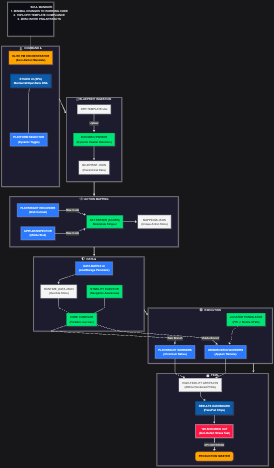
This is architecture_orchestration.png from sckirl/AutoTest, a Mermaid export, as it was before one commit. Its source is kept beside it as architecture_orchestration.mmd.
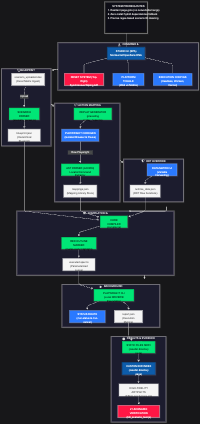
Above is the later version.

What changed in the source:
```diff
@@ -8,17 +8,21 @@
     classDef engine fill:#00E676,stroke:#000,stroke-width:1px,color:#000;
 
     subgraph Control_Plane ["fa:fa-user-tie COMMAND & CONTROL"]
-        PM["ELITE PM ORCHESTRATOR<br/>(Zero-Defect Mandate)"]:::pm
         UI_SPA["STUDIO UI (SPA)<br/>Montserrat/OpenSans DNA"]:::supervisor
-        SELECTOR["PLATFORM SELECTOR<br/>(Dynamic Toggle)"]:::dev
-        UI_SPA --- SELECTOR
+        RESET_SYS["RESET SYSTEM (Top-Right)<br/>Synchronous Wiping API"]:::qa
+        PLATFORM["PLATFORM TOGGLE<br/>(Web vs Mobile)"]:::dev
+        EXEC_OPTS["EXECUTION CONFIGS<br/>(Headless, Workers, Cancel)"]:::dev
+
+        UI_SPA --- RESET_SYS
+        UI_SPA --- PLATFORM
+        UI_SPA --- EXEC_OPTS
     end
 
     subgraph Ingestion_Layer ["fa:fa-file-excel BLUEPRINT INGESTION"]
         direction TB
-        EXCEL["DPR TEMPLATE.xlsx"]:::data
-        PARSER["SCENARIO PARSER<br/>(Dynamic Header Detection)"]:::engine
-        BLUEPRINT["BLUEPRINT JSON<br/>(Hierarchical Data)"]:::data
+        EXCEL["scenario_uploaded.xlsx<br/>(Excel Matrix Ingest)"]:::data
+        PARSER["SCENARIO PARSER<br/>(scenario_parser.js)"]:::engine
+        BLUEPRINT["blueprint.json<br/>(Hierarchical Blueprint)"]:::data
 
         EXCEL -->|"Upload"| PARSER
         PARSER --> BLUEPRINT
@@ -26,52 +30,65 @@
 
     subgraph Mapping_Core ["fa:fa-code ACTION MAPPING ENGINE"]
         direction LR
-        REC_WEB["PLAYWRIGHT RECORDER<br/>(Web Context)"]:::dev
-        REC_MOB["APPIUM INSPECTOR<br/>(Mobile Stub)"]:::dev
-        AST["AST PARSER (ACORN)<br/>Boilerplate Stripper"]:::engine
-        MAPPINGS["MAPPINGS.JSON<br/>(Unique Action Store)"]:::data
+        REPLAY_GEN["REPLAY GENERATOR<br/>(preceding replay_*.spec.ts)"]:::engine
+        REC_SESSION["PLAYWRIGHT CODEGEN<br/>(Isolated Browser & Pause)"]:::dev
+        AST["AST PARSER (ACORN)<br/>Locator/Command Extractor"]:::engine
+        MAPPINGS["mappings.json<br/>(Mapping Library Store)"]:::data
 
-        REC_WEB & REC_MOB -->|"Raw Code"| AST
+        REPLAY_GEN --> REC_SESSION
+        REC_SESSION -->|"Raw Playwright Code"| AST
         AST --> MAPPINGS
     end
 
-    subgraph Stabilization_Layer ["fa:fa-shield-alt DATA & STABILITY"]
-        MATRIX["DATA MATRIX UI<br/>(localStorage Persistent)"]:::dev
-        RUNTIME["RUNTIME_DATA.JSON<br/>(Override Store)"]:::data
-        SYNC["STABILITY INJECTOR<br/>(Navigation Awareness)"]:::engine
+    subgraph Stabilization_Layer ["fa:fa-shield-alt DDT OVERRIDE LAYER"]
+        direction TB
+        MATRIX["DATA MATRIX UI<br/>(Variable Harvesting)"]:::dev
+        RUNTIME["runtime_data.json<br/>(DDT Row Iterations)"]:::data
 
         MATRIX --> RUNTIME
-        RUNTIME & SYNC --- COMPILER
     end
 
-    subgraph Compiler_Core ["fa:fa-microchip EXECUTION ROUTER"]
+    subgraph Compiler_Core ["fa:fa-microchip COMPILATION & RUNTIME"]
         direction TB
-        COMPILER["CORE COMPILER<br/>(Parallel Loop Gen)"]:::engine
-        TRANSLATOR["LOCATOR TRANSLATOR<br/>(PW -> Mobile XPath)"]:::engine
+        COMPILER["CORE COMPILER<br/>(compiler.js)"]:::engine
+        HIGHLIGHT["RED OUTLINE MARKER<br/>(markLocator Highlight)"]:::engine
+        EXEC_SPEC["executed.spec.ts<br/>(Parameterized Loops)"]:::data
 
-        COMPILER -->|"Web Branch"| PW_TEST["PLAYWRIGHT WORKERS<br/>(Chromium Native)"]:::dev
-        COMPILER -->|"Mobile Branch"| WDIO_TEST["WEBDRIVERIO WORKERS<br/>(Appium Remote)"]:::dev
-        TRANSLATOR -.-> WDIO_TEST
+        BLUEPRINT & MAPPINGS & RUNTIME --> COMPILER
+        COMPILER --> HIGHLIGHT
+        HIGHLIGHT --> EXEC_SPEC
     end
 
-    subgraph Validation_Gates ["fa:fa-certificate FINAL CERTIFICATION"]
+    subgraph Execution_Layer ["fa:fa-play BACKGROUND RUNNER"]
         direction TB
-        RESULTS["RESULTS DASHBOARD<br/>(Pass/Fail Chips)"]:::supervisor
-        ARTIFACTS["HIGH-FIDELITY ARTIFACTS<br/>(800ms Rendered PNGs)"]:::data
-        UAT["100-SCENARIO UAT<br/>(Zero-Defect Stress Test)"]:::qa
+        PW_CLI["PLAYWRIGHT CLI<br/>(Local DRIVERS/ Executable)"]:::engine
+        STATUS["STATUS ROUTE<br/>(/run-status & /run-cancel)"]:::dev
+        REPORT["report.json<br/>(Execution Metrics)"]:::data
 
-        PW_TEST & WDIO_TEST --> ARTIFACTS
-        ARTIFACTS --> RESULTS
-        RESULTS --> UAT
-        UAT ==>|"KPI CERTIFIED"| RELEASE("PRODUCTION MASTER"):::pm
+        EXEC_SPEC --> PW_CLI
+        PW_CLI --> STATUS
+        PW_CLI --> REPORT
     end
 
-    PM ==> Control_Plane
+    subgraph Audit_Gates ["fa:fa-certificate RESULTS & EVIDENCE AUDIT"]
+        direction TB
+        STATIC_SERV["STATIC FILES SERV<br/>(results/ directory route)"]:::engine
+        CUSTOM_INDEX["CUSTOM DIR INDEX<br/>(results/ directory page)"]:::supervisor
+        UAT_EVIDENCE["HIGH-FIDELITY ARTIFACTS<br/>(FINAL.png & trace.zip)"]:::data
+        verification["21-SCENARIO VERIFICATION<br/>(hitl_scenario_test.js)"]:::qa
+
+        REPORT --> STATIC_SERV
+        STATIC_SERV --> CUSTOM_INDEX
+        CUSTOM_INDEX --> UAT_EVIDENCE
+        UAT_EVIDENCE --> verification
+    end
+
     Control_Plane ==> Ingestion_Layer
     Ingestion_Layer ==> Mapping_Core
     Mapping_Core ==> Stabilization_Layer
     Stabilization_Layer ==> Compiler_Core
-    Compiler_Core ==> Validation_Gates
+    Compiler_Core ==> Execution_Layer
+    Execution_Layer ==> Audit_Gates
 
-    Note1["fa:fa-soul SOUL MANDATE:<br/>1. MINIMAL CHANGES TO WORKING CODE<br/>2. 100% DPR TEMPLATE COMPLIANCE<br/>3. ZERO WHITE PNG ARTIFACTS"]
-    Note1 --- PM
+    Note1["fa:fa-soul SYSTEM PREREQUISITES:<br/>1. Resilient page.goto (no networkidle hangs)<br/>2. Zero-install hybrid dependencies fallback<br/>3. Precise regex-based scenario ID cleaning"]
+    Note1 --- UI_SPA
```
